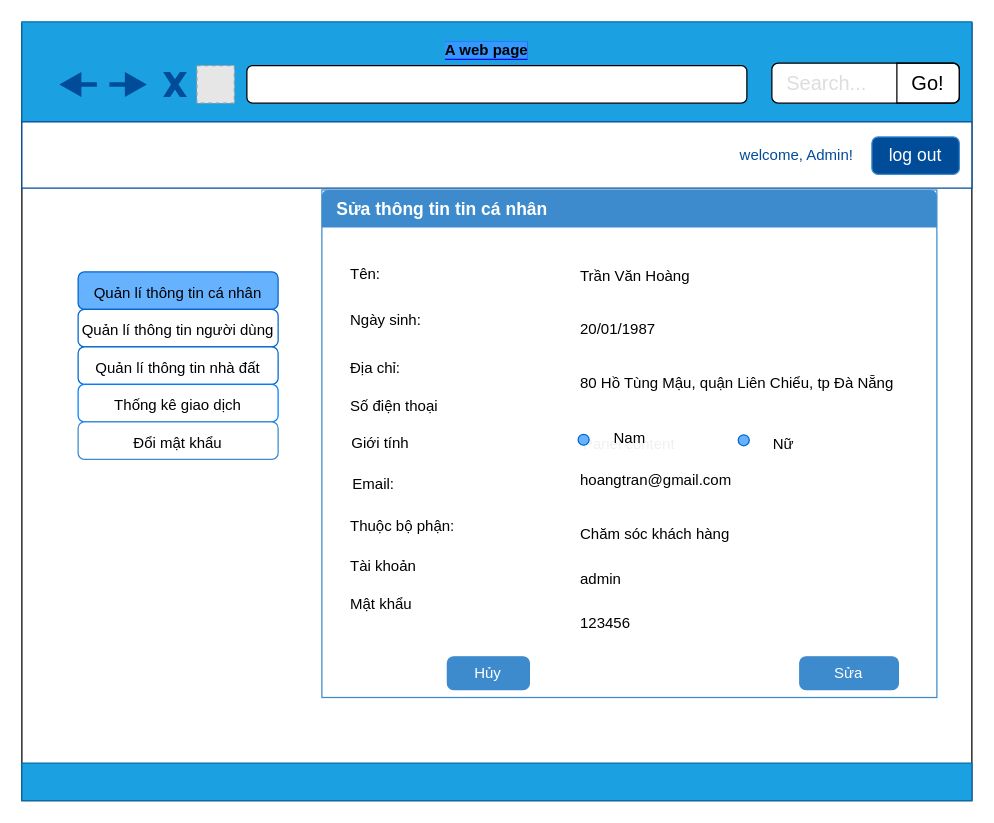
Before: XemThongTinAdmin.drawio in tramtruong98/use_case_diagram, a draw.io diagram. Source tidied: cells renumbered, new cells numbered last; positions are measured from the earlier drawing's top-left corner, leaving out a move shared by most shapes. Both pictures are drawn from the tidied source at 125%, with x=0, y=0 at pixel (21, 21). Pictures stored in the file or linked from it are replaced by grey dashed boxes.
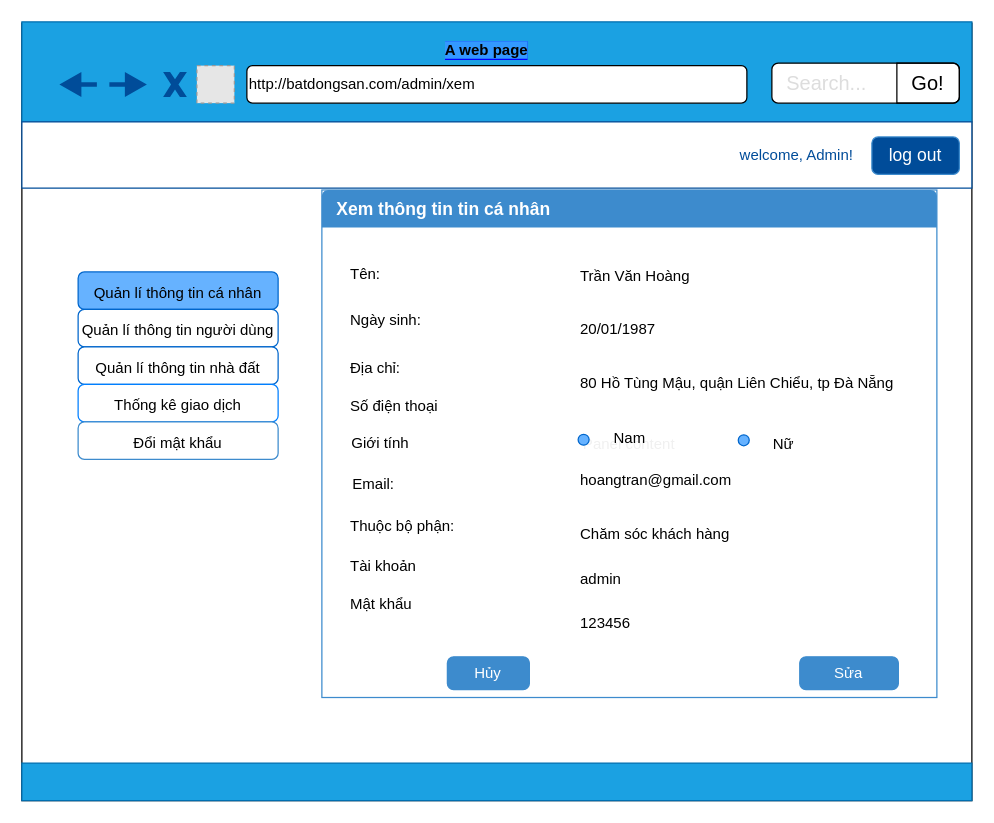
Above is the later version.

The change refers to these unchanged cells:
```xml
<mxCell id="16" value="Panel content" style="text;html=1;strokeColor=#3D8BCD;fillColor=#ffffff;align=center;verticalAlign=middle;whiteSpace=wrap;rounded=0;shadow=0;dashed=0;fontFamily=Helvetica;fontSize=12;fontColor=#f0f0f0;" parent="1" vertex="1">
  <mxGeometry x="240" y="134.5" width="492" height="406" as="geometry" />
</mxCell>
```

Diff of the diagram source:
```diff
@@
-    <mxCell id="5" style="rounded=1;whiteSpace=wrap;html=1;" parent="1" vertex="1">
+    <mxCell id="5" value="http://batdongsan.com/admin/xem" style="rounded=1;whiteSpace=wrap;html=1;align=left;" parent="1" vertex="1">
       <mxGeometry x="180" y="35" width="400" height="30" as="geometry" />
     </mxCell>
@@
-    <mxCell id="17" value="Sửa thông tin tin cá nhân" style="html=1;shadow=0;dashed=0;shape=mxgraph.bootstrap.topButton;rSize=5;strokeColor=none;fillColor=#3D8BCD;fontColor=#ffffff;fontSize=14;fontStyle=1;align=left;spacingLeft=10;whiteSpace=wrap;" parent="16" vertex="1">
+    <mxCell id="17" value="Xem thông tin tin cá nhân" style="html=1;shadow=0;dashed=0;shape=mxgraph.bootstrap.topButton;rSize=5;strokeColor=none;fillColor=#3D8BCD;fontColor=#ffffff;fontSize=14;fontStyle=1;align=left;spacingLeft=10;whiteSpace=wrap;" parent="16" vertex="1">
       <mxGeometry width="492" height="30" relative="1" as="geometry" />
     </mxCell>
```
